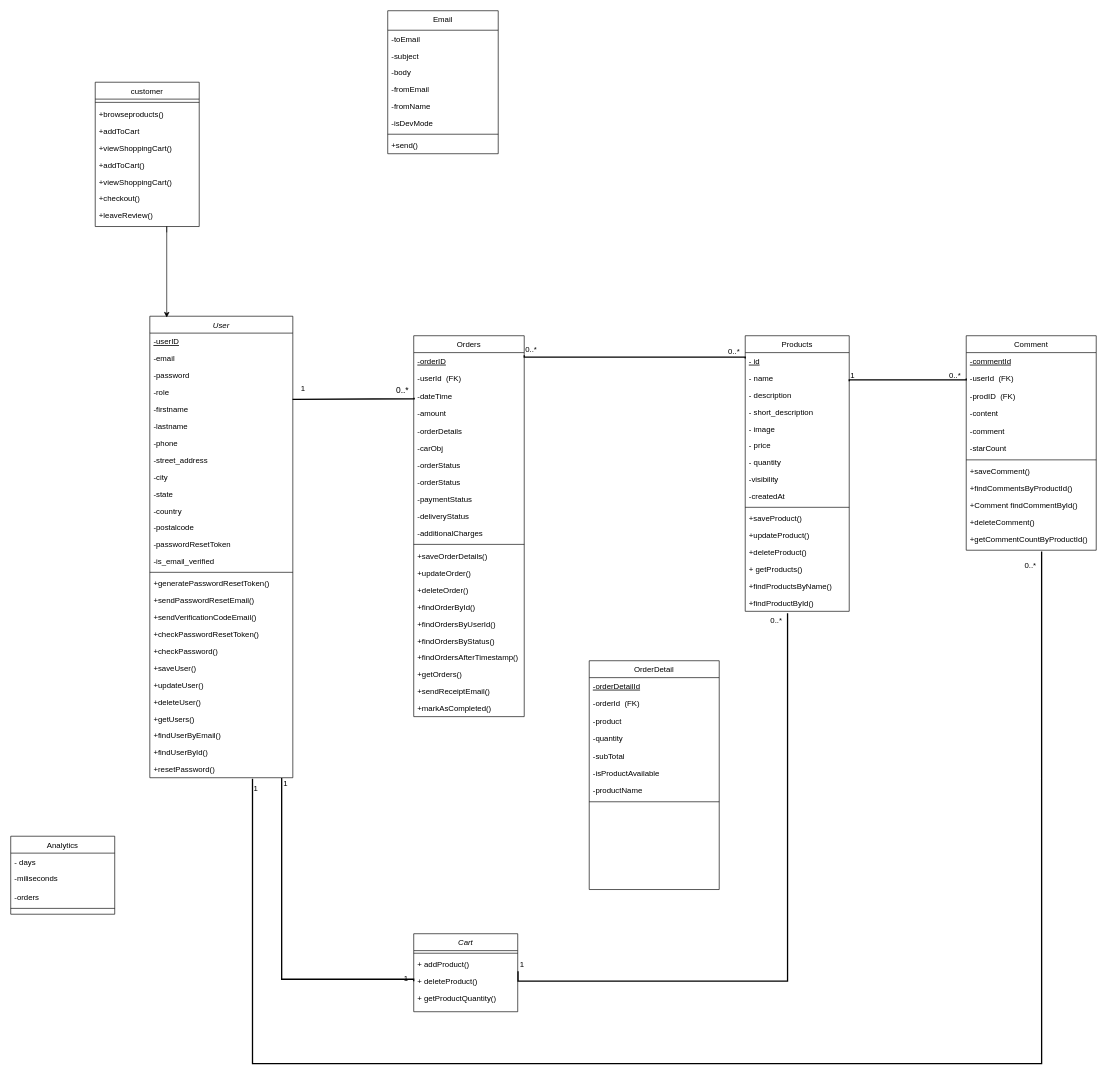
Above: assets/diagrams/Class Diagram.drawio in isira-adithya/PUSL2024 (draw.io), before the change. Source tidied: cells renumbered, new cells numbered last; positions are measured from the earlier drawing's top-left corner, leaving out a move shared by most shapes. Both pictures are drawn from the tidied source at 65%, with x=0, y=0 at pixel (10, 10).
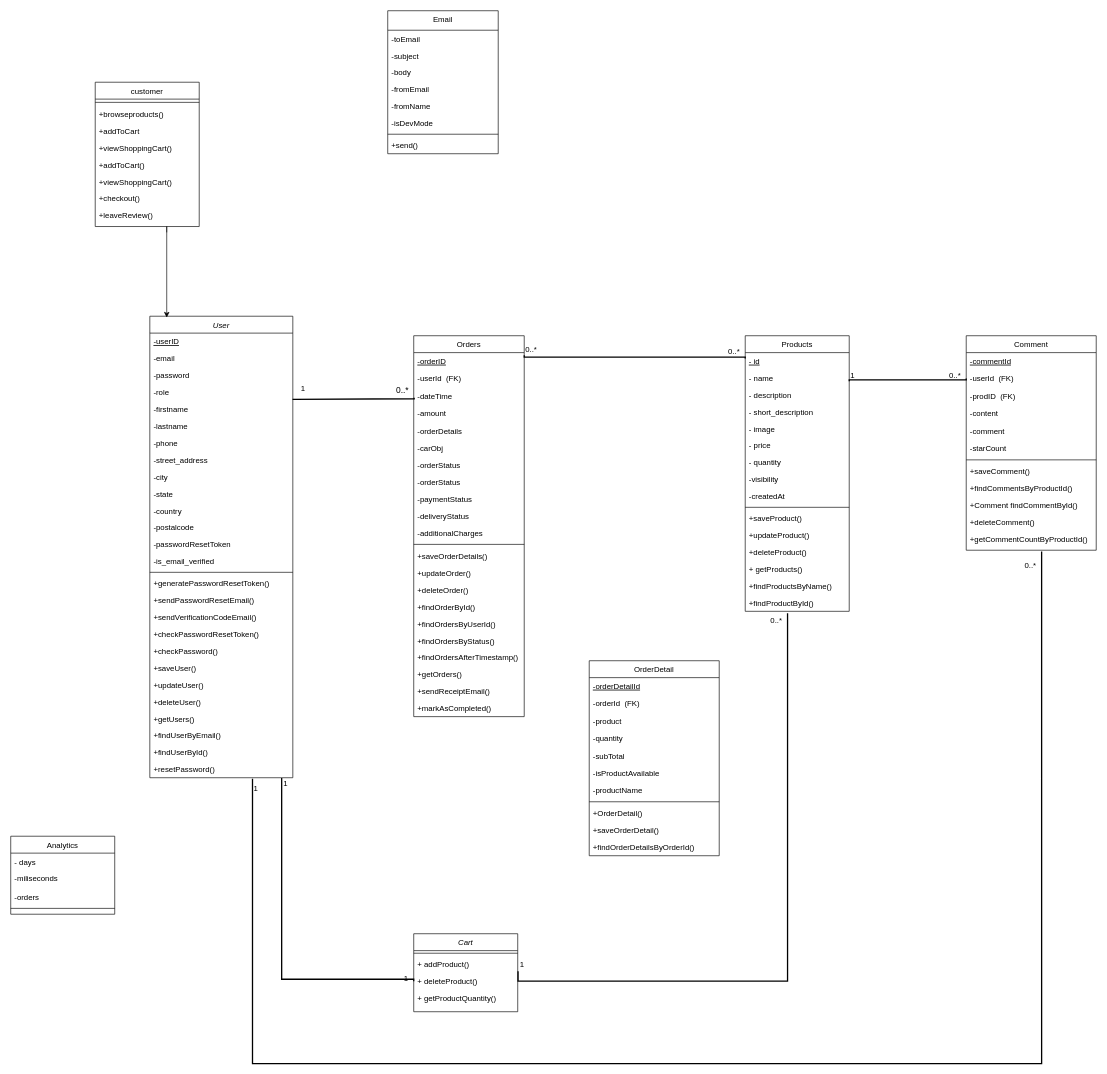
Above is the later version.

Commit message:
updated order details class, class diagram

Change to the diagram source:
```diff
@@
     <mxCell id="130" value="OrderDetail" style="swimlane;fontStyle=0;align=center;verticalAlign=top;horizontal=1;startSize=26;rounded=0;shadow=0;strokeWidth=1;" parent="1" vertex="1">
-      <mxGeometry x="890" y="1000" width="200" height="352" as="geometry" />
+      <mxGeometry x="890" y="1000" width="200" height="300" as="geometry" />
     </mxCell>
@@
+    <mxCell id="139" value="+OrderDetail()" style="text;align=left;verticalAlign=top;spacingLeft=4;spacingRight=4;overflow=hidden;" parent="130" vertex="1">
+      <mxGeometry y="222" width="200" height="26" as="geometry" />
+    </mxCell>
+    <mxCell id="140" value="+saveOrderDetail()" style="text;align=left;verticalAlign=top;spacingLeft=4;spacingRight=4;overflow=hidden;" parent="130" vertex="1">
+      <mxGeometry y="248" width="200" height="26" as="geometry" />
+    </mxCell>
+    <mxCell id="141" value="+findOrderDetailsByOrderId()" style="text;align=left;verticalAlign=top;spacingLeft=4;spacingRight=4;overflow=hidden;" parent="130" vertex="1">
+      <mxGeometry y="274" width="200" height="26" as="geometry" />
+    </mxCell>
```
